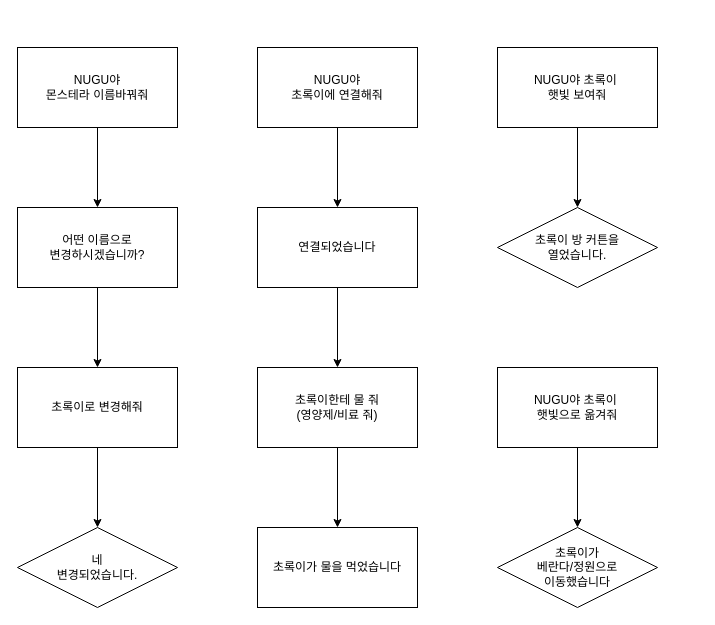
Before: Untitled Diagram.drawio in Min0405/STAC, a draw.io diagram. Source tidied: cells renumbered, new cells numbered last; positions are measured from the earlier drawing's top-left corner, leaving out a move shared by most shapes. Both pictures are drawn from the tidied source at 100%, with x=0, y=0 at pixel (17, 47).
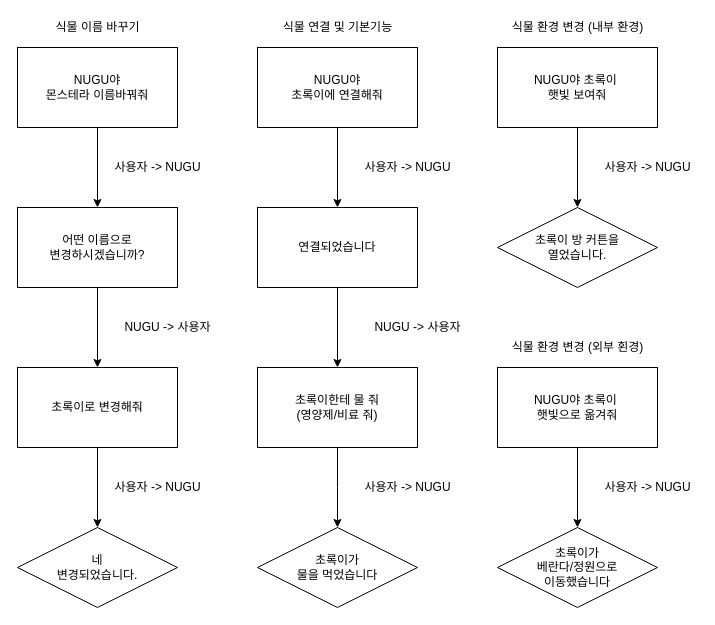
The same page after the edit.

The change refers to these unchanged cells:
```xml
<mxCell id="7" value="초록이한테 물 줘&lt;br&gt;(영양제/비료 줘)" style="rounded=0;whiteSpace=wrap;html=1;" parent="1" vertex="1">
  <mxGeometry x="240" y="320" width="160" height="80" as="geometry" />
</mxCell>
```

What changed in the source:
```diff
@@
-    <mxCell id="6" style="edgeStyle=orthogonalEdgeStyle;rounded=0;jettySize=auto;html=1;" parent="1" edge="1" source="7" target="8">
-      <mxGeometry relative="1" as="geometry" />
+    <mxCell id="6" style="edgeStyle=orthogonalEdgeStyle;rounded=0;jettySize=auto;html=1;" parent="1" edge="1" source="7">
+      <mxGeometry relative="1" as="geometry">
+        <mxPoint x="320" y="480" as="targetPoint" />
+      </mxGeometry>
     </mxCell>
@@
-    <mxCell id="8" value="초록이가 물을 먹었습니다" style="rounded=0;whiteSpace=wrap;html=1;" parent="1" vertex="1">
-      <mxGeometry x="240" y="480" width="160" height="80" as="geometry" />
-    </mxCell>
@@
+    <mxCell id="22" value="사용자 -&amp;gt; NUGU" style="text;html=1;align=center;verticalAlign=middle;fillColor=none;strokeColor=none;rounded=0;" parent="1" vertex="1">
+      <mxGeometry x="90" y="430" width="100" height="20" as="geometry" />
+    </mxCell>
+    <mxCell id="23" value="사용자 -&amp;gt; NUGU" style="text;html=1;align=center;verticalAlign=middle;fillColor=none;strokeColor=none;rounded=0;" parent="1" vertex="1">
+      <mxGeometry x="90" y="110" width="100" height="20" as="geometry" />
+    </mxCell>
+    <mxCell id="24" value="NUGU -&amp;gt; 사용자" style="text;html=1;align=center;verticalAlign=middle;fillColor=none;strokeColor=none;rounded=0;" parent="1" vertex="1">
+      <mxGeometry x="100" y="270" width="100" height="20" as="geometry" />
+    </mxCell>
+    <mxCell id="25" value="사용자 -&amp;gt; NUGU" style="text;html=1;align=center;verticalAlign=middle;fillColor=none;strokeColor=none;rounded=0;" parent="1" vertex="1">
+      <mxGeometry x="340" y="430" width="100" height="20" as="geometry" />
+    </mxCell>
+    <mxCell id="26" value="사용자 -&amp;gt; NUGU" style="text;html=1;align=center;verticalAlign=middle;fillColor=none;strokeColor=none;rounded=0;" parent="1" vertex="1">
+      <mxGeometry x="340" y="110" width="100" height="20" as="geometry" />
+    </mxCell>
+    <mxCell id="27" value="NUGU -&amp;gt; 사용자" style="text;html=1;align=center;verticalAlign=middle;fillColor=none;strokeColor=none;rounded=0;" parent="1" vertex="1">
+      <mxGeometry x="350" y="270" width="100" height="20" as="geometry" />
+    </mxCell>
+    <mxCell id="8" value="초록이가 &lt;br&gt;물을 먹었습니다" style="rhombus;whiteSpace=wrap;html=1;" parent="1" vertex="1">
+      <mxGeometry x="240" y="480" width="160" height="80" as="geometry" />
+    </mxCell>
+    <mxCell id="28" value="사용자 -&amp;gt; NUGU" style="text;html=1;align=center;verticalAlign=middle;fillColor=none;strokeColor=none;rounded=0;" parent="1" vertex="1">
+      <mxGeometry x="580" y="110" width="100" height="20" as="geometry" />
+    </mxCell>
+    <mxCell id="29" value="사용자 -&amp;gt; NUGU" style="text;html=1;align=center;verticalAlign=middle;fillColor=none;strokeColor=none;rounded=0;" parent="1" vertex="1">
+      <mxGeometry x="580" y="430" width="100" height="20" as="geometry" />
+    </mxCell>
+    <mxCell id="30" value="식물 이름 바꾸기" style="text;html=1;align=center;verticalAlign=middle;fillColor=none;strokeColor=none;rounded=0;" parent="1" vertex="1">
+      <mxGeometry x="25" y="-30" width="110" height="20" as="geometry" />
+    </mxCell>
+    <mxCell id="31" value="식물 연결 및 기본기능" style="text;html=1;align=center;verticalAlign=middle;fillColor=none;strokeColor=none;rounded=0;" parent="1" vertex="1">
+      <mxGeometry x="255" y="-30" width="130" height="20" as="geometry" />
+    </mxCell>
+    <mxCell id="32" value="식물 환경 변경 (내부 환경)" style="text;html=1;align=center;verticalAlign=middle;fillColor=none;strokeColor=none;rounded=0;" parent="1" vertex="1">
+      <mxGeometry x="480" y="-30" width="160" height="20" as="geometry" />
+    </mxCell>
+    <mxCell id="33" value="식물 환경 변경 (외부 횐경)" style="text;html=1;align=center;verticalAlign=middle;fillColor=none;strokeColor=none;rounded=0;" parent="1" vertex="1">
+      <mxGeometry x="480" y="290" width="160" height="20" as="geometry" />
+    </mxCell>
```
